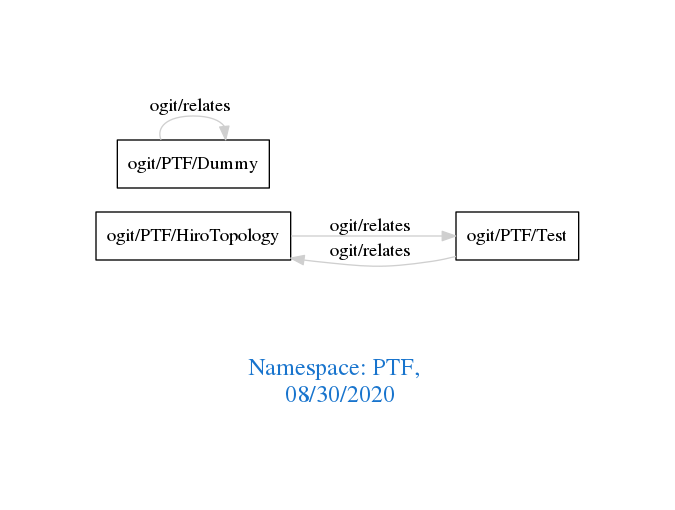
This is downloads/PTF.png from arago/OGIT, a Graphviz export, as it was before one commit. Its source is kept beside it as downloads/PTF.dot.
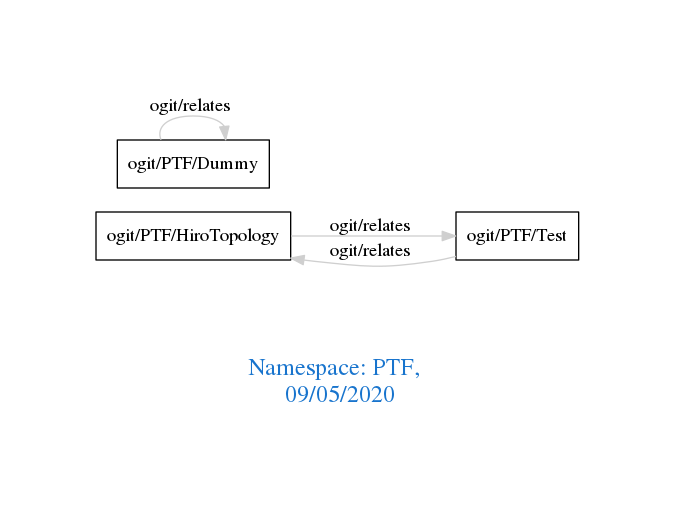
The same diagram one commit later.

Change to the diagram source:
```diff
@@ -1,7 +1,7 @@
 digraph OGIT_ontology {
  graph [ rankdir= LR,pad=1
 fontsize = 18,
-fontcolor= dodgerblue3,label = "\n\n\nNamespace: PTF, \n 08/30/2020"];
+fontcolor= dodgerblue3,label = "\n\n\nNamespace: PTF, \n 09/05/2020"];
 node[shape=polygon];
 edge [  color="gray81"];
 
```
